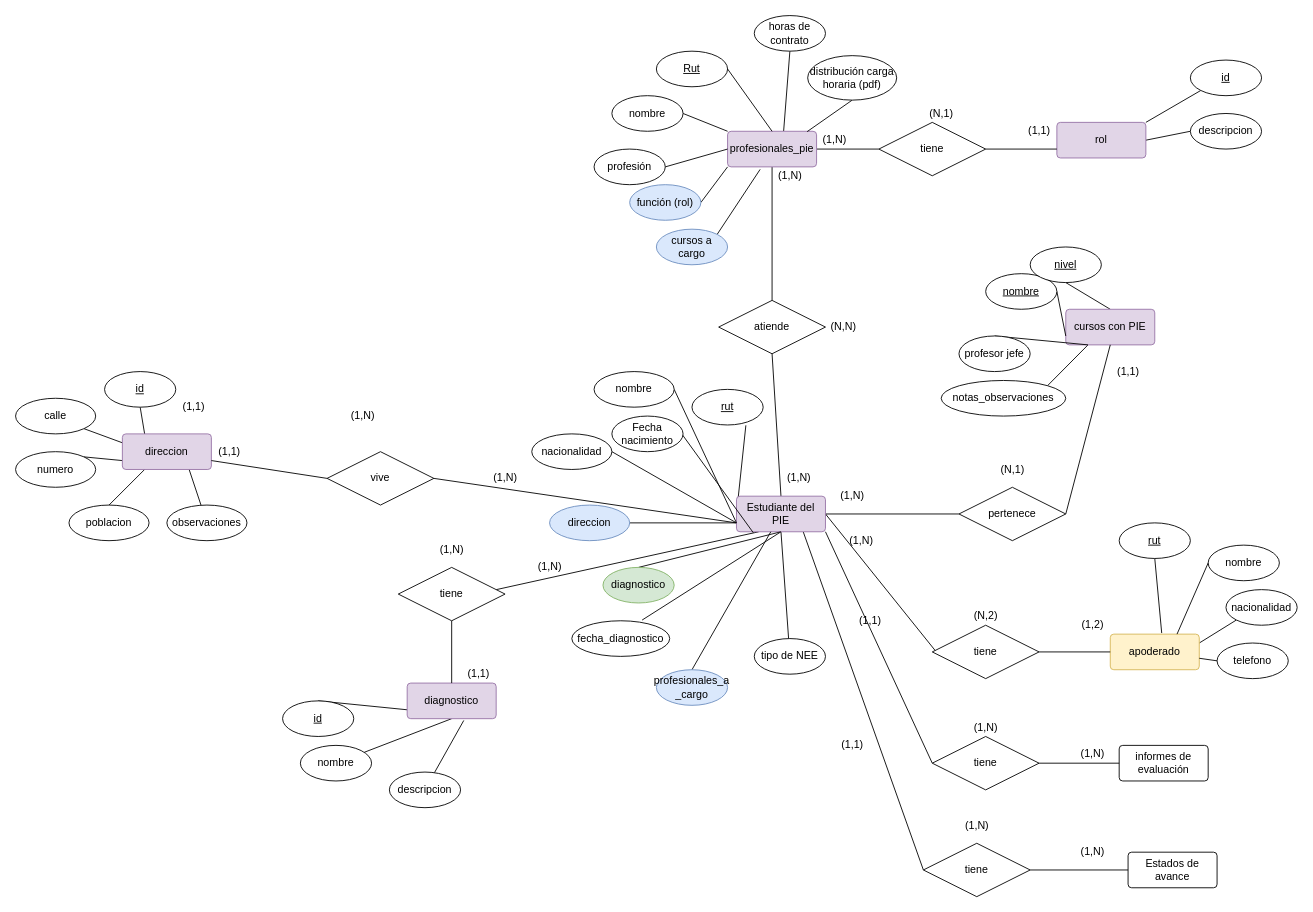
Before: page "Modelo conceptual" (2 of 3) of caso_de_uso.drawio in German-G-M/Modelamiento_y_Normalizaci-n, a draw.io diagram. Source tidied: cells renumbered, new cells numbered last; positions are measured from the earlier drawing's top-left corner, leaving out a move shared by most shapes. Both pictures are drawn from the tidied source at 89%, with x=0, y=0 at pixel (15, 15).
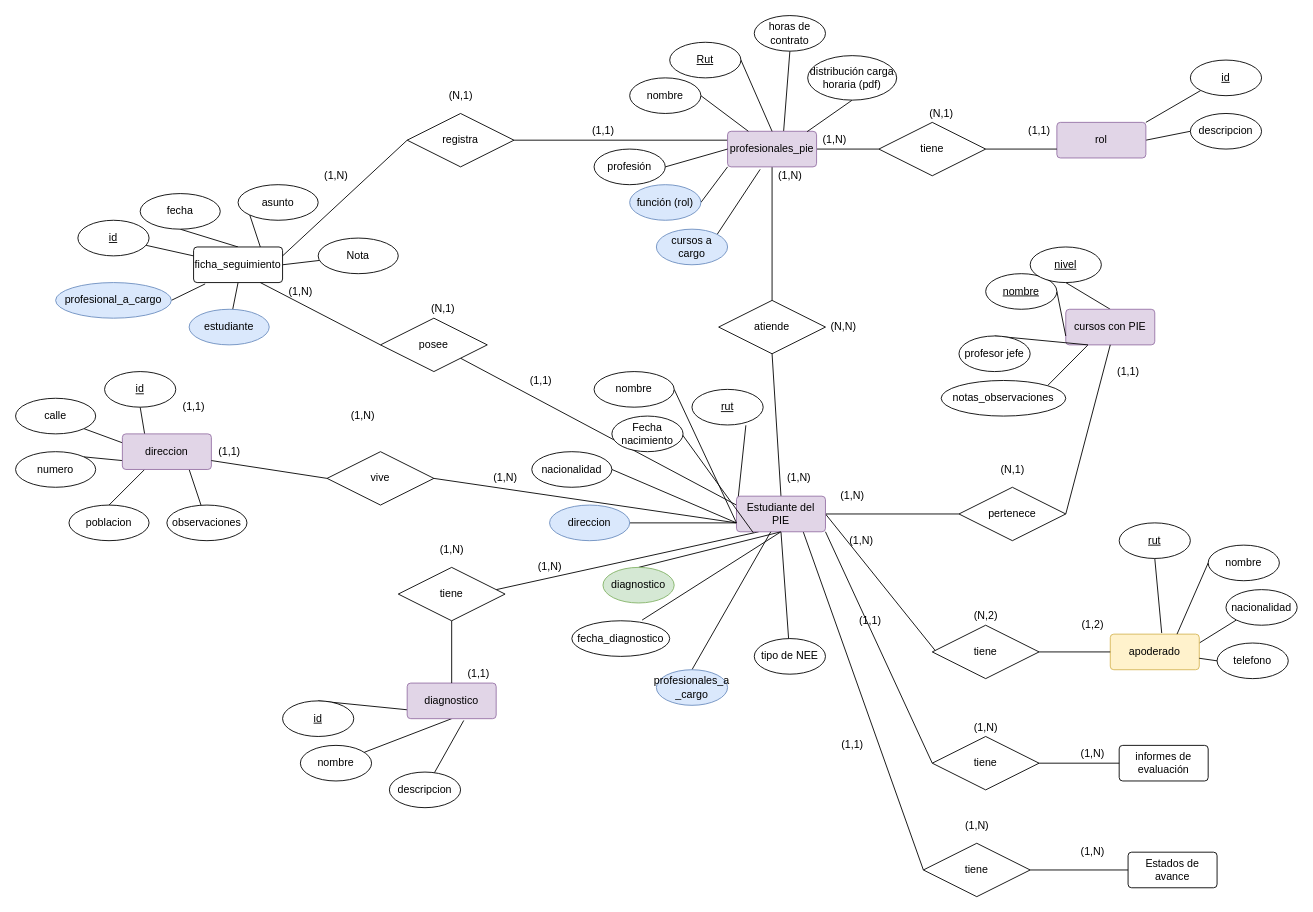
The same diagram, later.

The change refers to these unchanged cells:
```xml
<mxCell id="4" value="profesionales_pie" style="rounded=1;arcSize=10;whiteSpace=wrap;html=1;align=center;fillColor=#e1d5e7;strokeColor=#9673a6;" parent="1" vertex="1">
  <mxGeometry x="800" y="130" width="100" height="40" as="geometry" />
</mxCell>
<mxCell id="41" value="Estudiante del PIE" style="rounded=1;arcSize=10;whiteSpace=wrap;html=1;align=center;fillColor=#e1d5e7;strokeColor=#9673a6;" parent="1" vertex="1">
  <mxGeometry x="810" y="540" width="100" height="40" as="geometry" />
</mxCell>
```

Diff of the diagram source:
```diff
@@
+    <mxCell id="128" style="edgeStyle=none;rounded=0;jettySize=auto;html=1;exitX=0;exitY=0.25;exitDx=0;exitDy=0;entryX=1;entryY=0.5;entryDx=0;entryDy=0;startArrow=none;startFill=0;endArrow=none;endFill=0;" parent="1" edge="1" source="4" target="148">
+      <mxGeometry relative="1" as="geometry" />
+    </mxCell>
@@
     <mxCell id="11" value="&lt;u&gt;Rut&lt;/u&gt;" style="ellipse;whiteSpace=wrap;html=1;" parent="1" vertex="1">
-      <mxGeometry x="720" y="40" width="80" height="40" as="geometry" />
+      <mxGeometry x="735" y="30" width="80" height="40" as="geometry" />
     </mxCell>
@@
     <mxCell id="13" value="nombre" style="ellipse;whiteSpace=wrap;html=1;" parent="1" vertex="1">
-      <mxGeometry x="670" y="90" width="80" height="40" as="geometry" />
+      <mxGeometry x="690" y="70" width="80" height="40" as="geometry" />
     </mxCell>
@@
+    <mxCell id="129" style="edgeStyle=none;rounded=0;jettySize=auto;html=1;exitX=0;exitY=0.25;exitDx=0;exitDy=0;entryX=1;entryY=1;entryDx=0;entryDy=0;startArrow=none;startFill=0;endArrow=none;endFill=0;" parent="1" edge="1" source="41" target="139">
+      <mxGeometry relative="1" as="geometry" />
+    </mxCell>
@@
     <mxCell id="103" value="nacionalidad" style="ellipse;whiteSpace=wrap;html=1;" parent="1" vertex="1">
-      <mxGeometry x="580" y="470" width="90" height="40" as="geometry" />
+      <mxGeometry x="580" y="490" width="90" height="40" as="geometry" />
     </mxCell>
@@
+    <mxCell id="130" style="edgeStyle=none;rounded=0;jettySize=auto;html=1;exitX=0;exitY=0.25;exitDx=0;exitDy=0;startArrow=none;startFill=0;endArrow=none;endFill=0;" parent="1" edge="1" source="135" target="136">
+      <mxGeometry relative="1" as="geometry" />
+    </mxCell>
+    <mxCell id="131" style="edgeStyle=none;rounded=0;jettySize=auto;html=1;exitX=0.5;exitY=0;exitDx=0;exitDy=0;entryX=0.5;entryY=1;entryDx=0;entryDy=0;startArrow=none;startFill=0;endArrow=none;endFill=0;" parent="1" edge="1" source="135" target="137">
+      <mxGeometry relative="1" as="geometry" />
+    </mxCell>
+    <mxCell id="132" style="edgeStyle=none;rounded=0;jettySize=auto;html=1;exitX=0.75;exitY=0;exitDx=0;exitDy=0;entryX=0;entryY=1;entryDx=0;entryDy=0;startArrow=none;startFill=0;endArrow=none;endFill=0;" parent="1" edge="1" source="135" target="140">
+      <mxGeometry relative="1" as="geometry" />
+    </mxCell>
+    <mxCell id="133" style="edgeStyle=none;rounded=0;jettySize=auto;html=1;exitX=1;exitY=0.5;exitDx=0;exitDy=0;startArrow=none;startFill=0;endArrow=none;endFill=0;" parent="1" edge="1" source="135" target="141">
+      <mxGeometry relative="1" as="geometry" />
+    </mxCell>
+    <mxCell id="134" style="edgeStyle=none;rounded=0;jettySize=auto;html=1;exitX=0.5;exitY=1;exitDx=0;exitDy=0;startArrow=none;startFill=0;endArrow=none;endFill=0;" parent="1" edge="1" source="135" target="152">
+      <mxGeometry relative="1" as="geometry" />
+    </mxCell>
+    <mxCell id="135" value="ficha_seguimiento" style="rounded=1;arcSize=10;whiteSpace=wrap;html=1;align=center;" parent="1" vertex="1">
+      <mxGeometry x="200" y="260" width="100" height="40" as="geometry" />
+    </mxCell>
+    <mxCell id="136" value="&lt;u&gt;id&lt;/u&gt;" style="ellipse;whiteSpace=wrap;html=1;" parent="1" vertex="1">
+      <mxGeometry x="70" y="230" width="80" height="40" as="geometry" />
+    </mxCell>
+    <mxCell id="137" value="fecha" style="ellipse;whiteSpace=wrap;html=1;" parent="1" vertex="1">
+      <mxGeometry x="140" y="200" width="90" height="40" as="geometry" />
+    </mxCell>
+    <mxCell id="138" style="edgeStyle=none;rounded=0;jettySize=auto;html=1;exitX=0;exitY=0.5;exitDx=0;exitDy=0;entryX=0.75;entryY=1;entryDx=0;entryDy=0;startArrow=none;startFill=0;endArrow=none;endFill=0;" parent="1" edge="1" source="139" target="135">
+      <mxGeometry relative="1" as="geometry" />
+    </mxCell>
+    <mxCell id="139" value="posee" style="shape=rhombus;perimeter=rhombusPerimeter;whiteSpace=wrap;html=1;align=center;" parent="1" vertex="1">
+      <mxGeometry x="410" y="340" width="120" height="60" as="geometry" />
+    </mxCell>
+    <mxCell id="140" value="asunto" style="ellipse;whiteSpace=wrap;html=1;" parent="1" vertex="1">
+      <mxGeometry x="250" y="190" width="90" height="40" as="geometry" />
+    </mxCell>
+    <mxCell id="141" value="Nota" style="ellipse;whiteSpace=wrap;html=1;" parent="1" vertex="1">
+      <mxGeometry x="340" y="250" width="90" height="40" as="geometry" />
+    </mxCell>
+    <mxCell id="142" value="(1,N)" style="text;html=1;align=center;verticalAlign=middle;strokeColor=none;fillColor=none;" parent="1" vertex="1">
+      <mxGeometry x="300" y="300" width="40" height="20" as="geometry" />
+    </mxCell>
+    <mxCell id="143" value="(1,1)" style="text;html=1;align=center;verticalAlign=middle;strokeColor=none;fillColor=none;" parent="1" vertex="1">
+      <mxGeometry x="570" y="400" width="40" height="20" as="geometry" />
+    </mxCell>
+    <mxCell id="144" value="(N,1)" style="text;html=1;align=center;verticalAlign=middle;strokeColor=none;fillColor=none;" parent="1" vertex="1">
+      <mxGeometry x="460" y="320" width="40" height="20" as="geometry" />
+    </mxCell>
+    <mxCell id="145" style="edgeStyle=none;rounded=0;jettySize=auto;html=1;exitX=1;exitY=0.5;exitDx=0;exitDy=0;entryX=0.13;entryY=1.037;entryDx=0;entryDy=0;entryPerimeter=0;startArrow=none;startFill=0;endArrow=none;endFill=0;" parent="1" edge="1" source="146" target="135">
+      <mxGeometry relative="1" as="geometry" />
+    </mxCell>
+    <mxCell id="146" value="profesional_a_cargo" style="ellipse;whiteSpace=wrap;html=1;fillColor=#dae8fc;strokeColor=#6c8ebf;" parent="1" vertex="1">
+      <mxGeometry x="45" y="300" width="130" height="40" as="geometry" />
+    </mxCell>
+    <mxCell id="147" style="edgeStyle=none;rounded=0;jettySize=auto;html=1;exitX=0;exitY=0.5;exitDx=0;exitDy=0;entryX=1;entryY=0.25;entryDx=0;entryDy=0;startArrow=none;startFill=0;endArrow=none;endFill=0;" parent="1" edge="1" source="148" target="135">
+      <mxGeometry relative="1" as="geometry" />
+    </mxCell>
+    <mxCell id="148" value="registra" style="shape=rhombus;perimeter=rhombusPerimeter;whiteSpace=wrap;html=1;align=center;" parent="1" vertex="1">
+      <mxGeometry x="440" y="110" width="120" height="60" as="geometry" />
+    </mxCell>
+    <mxCell id="149" value="(1,N)" style="text;html=1;align=center;verticalAlign=middle;strokeColor=none;fillColor=none;" parent="1" vertex="1">
+      <mxGeometry x="340" y="170" width="40" height="20" as="geometry" />
+    </mxCell>
+    <mxCell id="150" value="(1,1)" style="text;html=1;align=center;verticalAlign=middle;strokeColor=none;fillColor=none;" parent="1" vertex="1">
+      <mxGeometry x="640" y="120" width="40" height="20" as="geometry" />
+    </mxCell>
+    <mxCell id="151" value="(N,1)" style="text;html=1;align=center;verticalAlign=middle;strokeColor=none;fillColor=none;" parent="1" vertex="1">
+      <mxGeometry x="480" y="80" width="40" height="20" as="geometry" />
+    </mxCell>
+    <mxCell id="152" value="estudiante" style="ellipse;whiteSpace=wrap;html=1;fillColor=#dae8fc;strokeColor=#6c8ebf;" parent="1" vertex="1">
+      <mxGeometry x="195" y="330" width="90" height="40" as="geometry" />
+    </mxCell>
```
